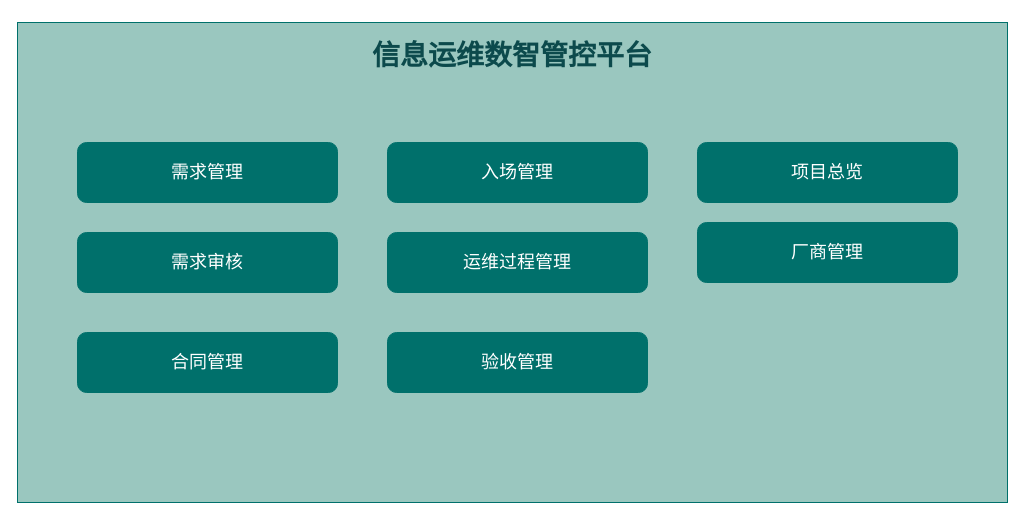
Earlier version of the draw.io diagram 信息运维业务架构.drawio (diaosinanshen/draw). Source tidied: cells renumbered, new cells numbered last; positions are measured from the earlier drawing's top-left corner, leaving out a move shared by most shapes. Both pictures are drawn from the tidied source at 100%, with x=0, y=0 at pixel (17, 22).
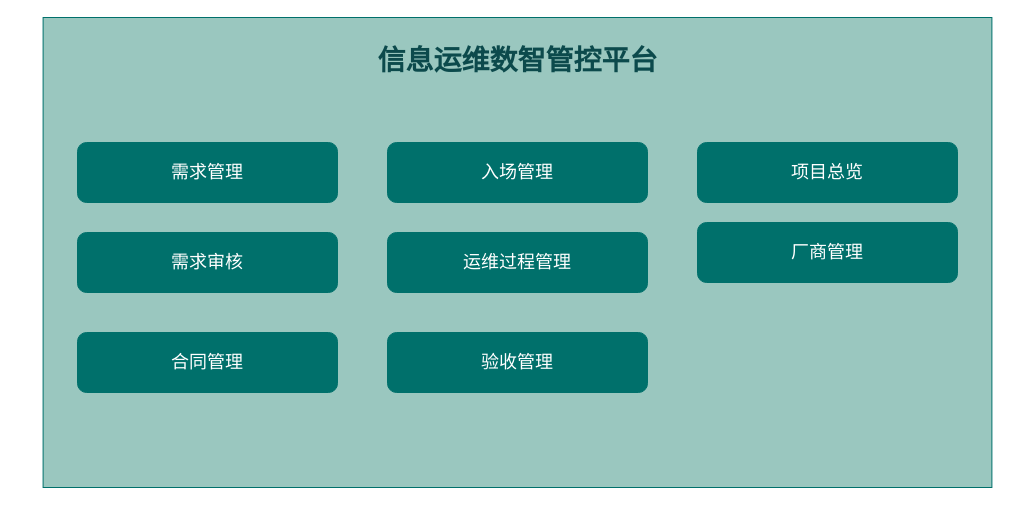
The same diagram, later.

Commit message (it also covers changes not shown here):
更新信息运维业务架构.drawio

Change to the diagram source:
```diff
@@
 <mxGraphModel>
   <root>
     <mxCell id="0" />
     <mxCell id="1" parent="0" />
-    <mxCell id="2" value="信息运维数智管控平台" style="rounded=0;whiteSpace=wrap;html=1;verticalAlign=top;fontSize=28;spacingTop=10;strokeColor=#00706B;fillColor=#9AC7BF;fontColor=#0C4A4C;fontStyle=1;" parent="1" vertex="1">
-      <mxGeometry width="990" height="480" as="geometry" />
+    <mxCell id="2" value="信息运维数智管控平台" style="rounded=0;whiteSpace=wrap;html=1;verticalAlign=top;fontSize=28;spacingTop=20;strokeColor=#00706B;fillColor=#9AC7BF;fontColor=#0C4A4C;fontStyle=1;" parent="1" vertex="1">
+      <mxGeometry x="25.6" y="-5" width="948.8" height="470" as="geometry" />
     </mxCell>
     <mxCell id="3" value="需求管理" style="rounded=1;whiteSpace=wrap;html=1;fillColor=#00706B;fontColor=#FFFFFF;fontSize=18;strokeColor=#00706B;" parent="1" vertex="1">
       <mxGeometry x="60" y="120" width="260" height="60" as="geometry" />
     </mxCell>
     <mxCell id="4" value="需求审核" style="rounded=1;whiteSpace=wrap;html=1;fillColor=#00706B;fontColor=#FFFFFF;fontSize=18;strokeColor=#00706B;" parent="1" vertex="1">
       <mxGeometry x="60" y="210" width="260" height="60" as="geometry" />
     </mxCell>
     <mxCell id="5" value="合同管理" style="rounded=1;whiteSpace=wrap;html=1;fillColor=#00706B;fontColor=#FFFFFF;fontSize=18;strokeColor=#00706B;" parent="1" vertex="1">
       <mxGeometry x="60" y="310" width="260" height="60" as="geometry" />
     </mxCell>
     <mxCell id="6" value="入场管理" style="rounded=1;whiteSpace=wrap;html=1;fillColor=#00706B;fontColor=#FFFFFF;fontSize=18;strokeColor=#00706B;" parent="1" vertex="1">
       <mxGeometry x="370" y="120" width="260" height="60" as="geometry" />
     </mxCell>
     <mxCell id="7" value="运维过程管理" style="rounded=1;whiteSpace=wrap;html=1;fillColor=#00706B;fontColor=#FFFFFF;fontSize=18;strokeColor=#00706B;" parent="1" vertex="1">
       <mxGeometry x="370" y="210" width="260" height="60" as="geometry" />
     </mxCell>
     <mxCell id="8" value="验收管理" style="rounded=1;whiteSpace=wrap;html=1;fillColor=#00706B;fontColor=#FFFFFF;fontSize=18;strokeColor=#00706B;" parent="1" vertex="1">
       <mxGeometry x="370" y="310" width="260" height="60" as="geometry" />
     </mxCell>
     <mxCell id="9" value="项目总览" style="rounded=1;whiteSpace=wrap;html=1;fillColor=#00706B;fontColor=#FFFFFF;fontSize=18;strokeColor=#00706B;" parent="1" vertex="1">
       <mxGeometry x="680" y="120" width="260" height="60" as="geometry" />
     </mxCell>
     <mxCell id="10" value="厂商管理" style="rounded=1;whiteSpace=wrap;html=1;fillColor=#00706B;fontColor=#FFFFFF;fontSize=18;strokeColor=#00706B;" parent="1" vertex="1">
       <mxGeometry x="680" y="200" width="260" height="60" as="geometry" />
     </mxCell>
   </root>
 </mxGraphModel>
```
